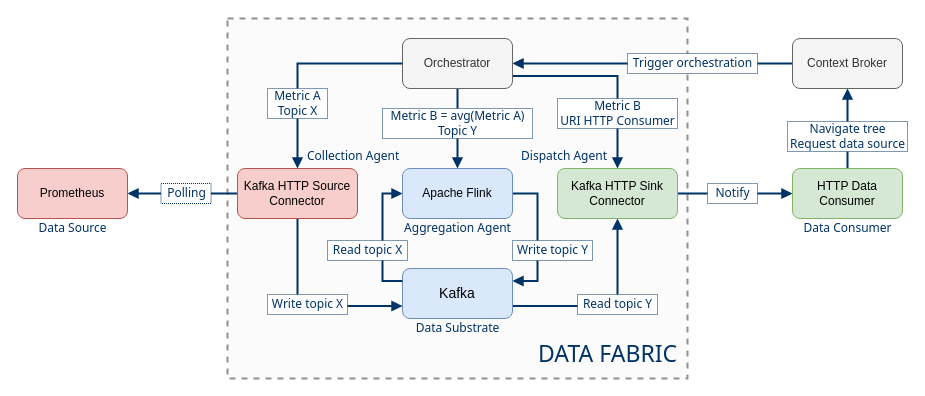
Above: page "data fabric" (5 of 5) of docs/semantic aggregator.drawio in giros-dit/semantic-data-aggregator (draw.io), before the change. Source tidied: cells renumbered, new cells numbered last; positions are measured from the earlier drawing's top-left corner, leaving out a move shared by most shapes. Both pictures are drawn from the tidied source at 100%, with x=0, y=0 at pixel (17, 18).
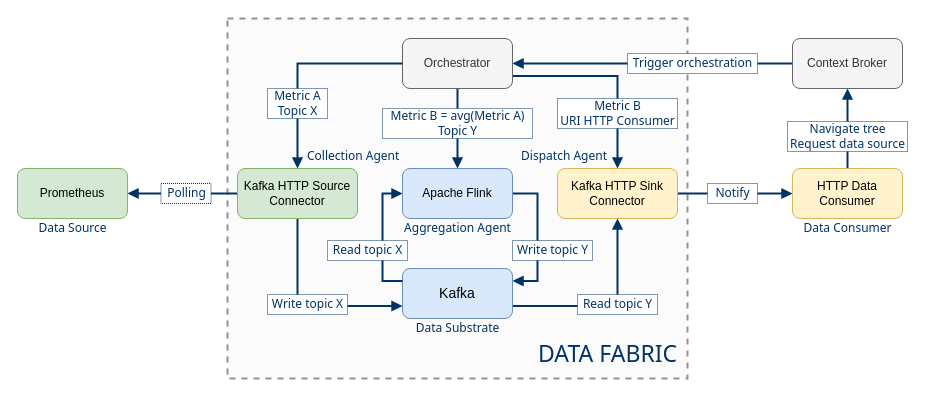
After the change.

Commit message (it also covers changes not shown here):
Update semantic aggregator colors

What changed in the source:
```diff
@@
-    <mxCell id="4" value="Prometheus" style="rounded=1;whiteSpace=wrap;html=1;fontFamily=Helvetica;fillColor=#f8cecc;strokeColor=#b85450;" parent="1" vertex="1">
+    <mxCell id="4" value="Prometheus" style="rounded=1;whiteSpace=wrap;html=1;fontFamily=Helvetica;fillColor=#d5e8d4;strokeColor=#82b366;" parent="1" vertex="1">
       <mxGeometry y="150" width="110" height="50" as="geometry" />
     </mxCell>
@@
-    <mxCell id="15" value="HTTP Data Consumer" style="rounded=1;whiteSpace=wrap;html=1;fontFamily=Helvetica;fillColor=#d5e8d4;strokeColor=#82b366;" parent="1" vertex="1">
+    <mxCell id="15" value="HTTP Data Consumer" style="rounded=1;whiteSpace=wrap;html=1;fontFamily=Helvetica;fillColor=#fff2cc;strokeColor=#d6b656;" parent="1" vertex="1">
       <mxGeometry x="775" y="150" width="110" height="50" as="geometry" />
     </mxCell>
@@
-    <mxCell id="18" value="Kafka HTTP Source Connector" style="rounded=1;whiteSpace=wrap;html=1;fontFamily=Helvetica;fillColor=#f8cecc;strokeColor=#b85450;fontColor=#000000;" parent="1" vertex="1">
+    <mxCell id="18" value="Kafka HTTP Source Connector" style="rounded=1;whiteSpace=wrap;html=1;fontFamily=Helvetica;fillColor=#d5e8d4;strokeColor=#82b366;" parent="1" vertex="1">
       <mxGeometry x="220" y="150" width="120" height="50" as="geometry" />
     </mxCell>
@@
-    <mxCell id="23" value="Kafka HTTP Sink Connector" style="rounded=1;whiteSpace=wrap;html=1;fontFamily=Helvetica;fillColor=#d5e8d4;strokeColor=#82b366;fontColor=#000000;" parent="1" vertex="1">
+    <mxCell id="23" value="Kafka HTTP Sink Connector" style="rounded=1;whiteSpace=wrap;html=1;fontFamily=Helvetica;fillColor=#fff2cc;strokeColor=#d6b656;" parent="1" vertex="1">
       <mxGeometry x="540" y="150" width="120" height="50" as="geometry" />
     </mxCell>
```
